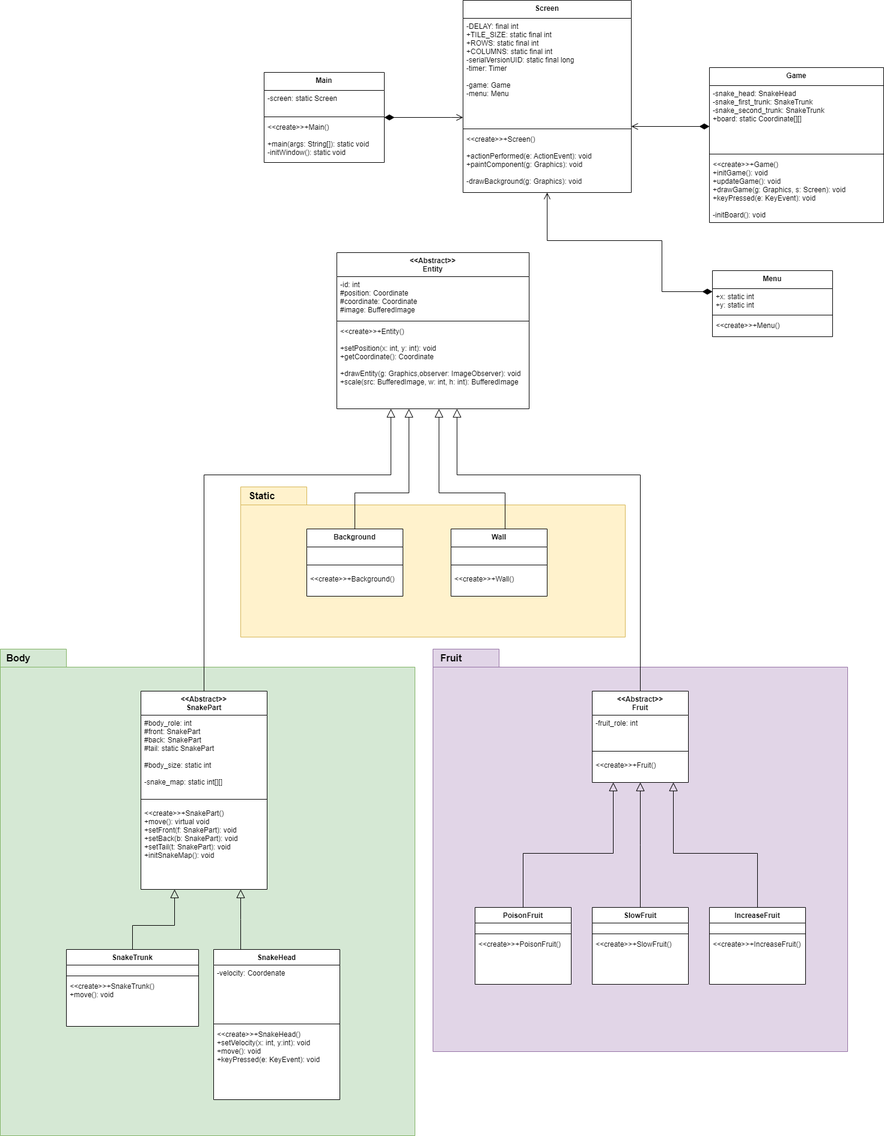
The draw.io diagram snake-game-uml.drawio.png in daniapc/snake-game, before a commit. Source tidied: cells renumbered, new cells last; positions are measured from the earlier drawing's top-left corner, leaving out a move shared by most shapes.
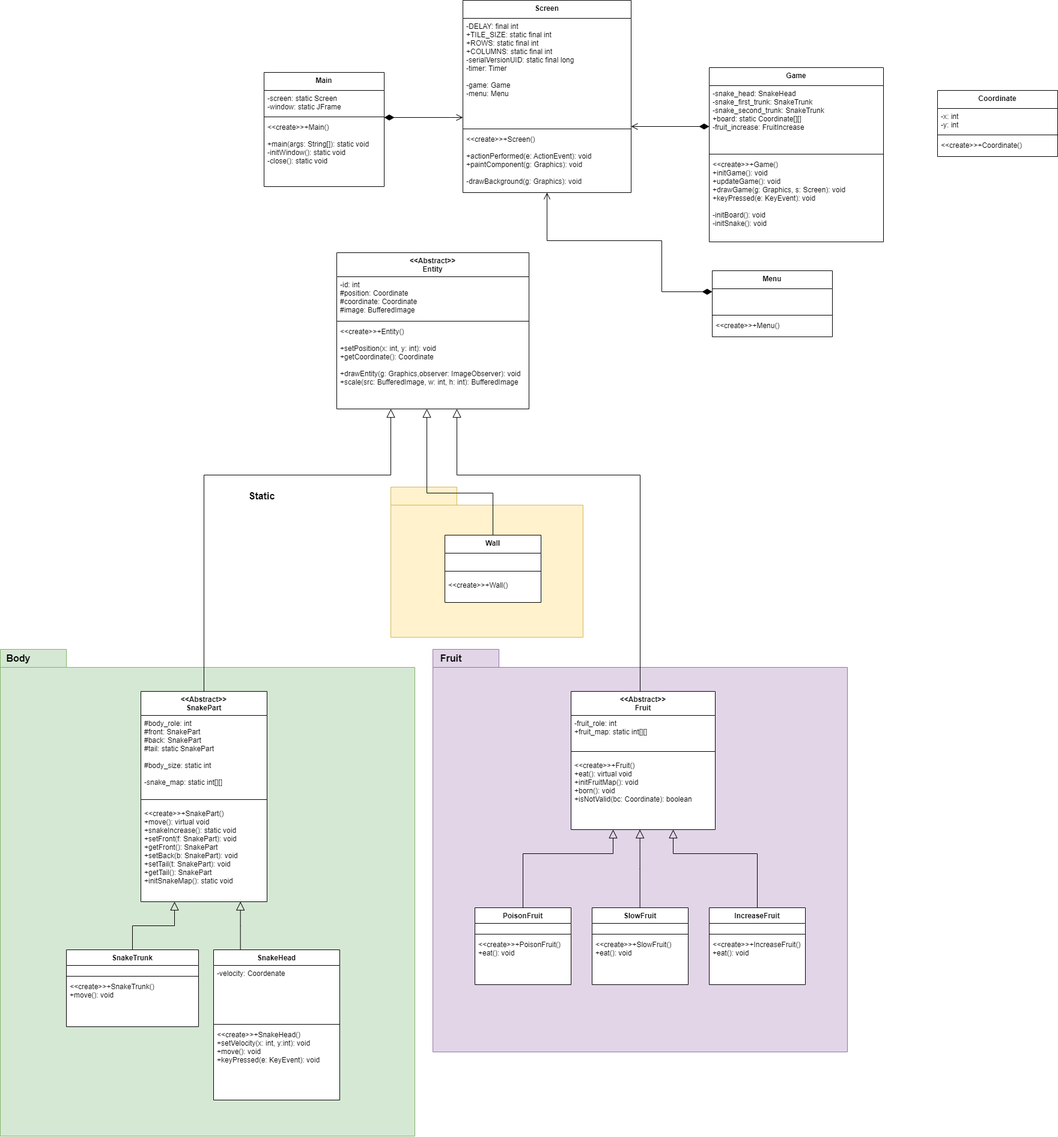
Above is the later version.

Commit message:
Classic and simple Snake Game done

Diff of the diagram source:
```diff
@@ -18,7 +18,7 @@
       <mxGeometry y="118" width="320" height="142" as="geometry" />
     </mxCell>
     <mxCell id="7" value="&lt;&lt;Abstract&gt;&gt;&#10;SnakePart" style="swimlane;fontStyle=1;align=center;verticalAlign=top;horizontal=1;startSize=40;gradientColor=none;swimlaneFillColor=default;" parent="1" vertex="1">
-      <mxGeometry x="234" y="1150" width="210" height="330" as="geometry" />
+      <mxGeometry x="234" y="1150" width="210" height="350" as="geometry" />
     </mxCell>
     <mxCell id="8" value="#body_role: int&#10;#front: SnakePart&#10;#back: SnakePart&#10;#tail: static SnakePart&#10;&#10;#body_size: static int&#10;&#10;-snake_map: static int[][]" style="text;align=left;verticalAlign=top;spacingLeft=4;spacingRight=4;overflow=hidden;" parent="7" vertex="1">
       <mxGeometry y="40" width="210" height="130" as="geometry" />
@@ -26,8 +26,8 @@
     <mxCell id="9" style="line;strokeWidth=1;fillColor=none;align=left;verticalAlign=middle;spacingTop=-1;spacingLeft=3;spacingRight=3;labelPosition=right;" parent="7" vertex="1">
       <mxGeometry y="170" width="210" height="20" as="geometry" />
     </mxCell>
-    <mxCell id="10" value="&lt;&lt;create&gt;&gt;+SnakePart()&#10;+move(): virtual void&#10;+setFront(f: SnakePart): void&#10;+setBack(b: SnakePart): void&#10;+setTail(t: SnakePart): void&#10;+initSnakeMap(): void" style="text;strokeColor=none;fillColor=none;align=left;verticalAlign=top;spacingLeft=4;spacingRight=4;overflow=hidden;points=[[0,0.5],[1,0.5]];portConstraint=eastwest;" parent="7" vertex="1">
-      <mxGeometry y="190" width="210" height="140" as="geometry" />
+    <mxCell id="10" value="&lt;&lt;create&gt;&gt;+SnakePart()&#10;+move(): virtual void&#10;+snakeIncrease(): static void&#10;+setFront(f: SnakePart): void&#10;+getFront(): SnakePart&#10;+setBack(b: SnakePart): void&#10;+setTail(t: SnakePart): void&#10;+getTail(): SnakePart&#10;+initSnakeMap(): static void&#10;" style="text;strokeColor=none;fillColor=none;align=left;verticalAlign=top;spacingLeft=4;spacingRight=4;overflow=hidden;points=[[0,0.5],[1,0.5]];portConstraint=eastwest;" parent="7" vertex="1">
+      <mxGeometry y="190" width="210" height="160" as="geometry" />
     </mxCell>
     <mxCell id="11" value="SnakeHead" style="swimlane;fontStyle=1;align=center;verticalAlign=top;horizontal=1;startSize=26;swimlaneFillColor=default;" parent="1" vertex="1">
       <mxGeometry x="355" y="1580" width="210" height="250" as="geometry" />
@@ -75,16 +75,16 @@
       <mxGeometry x="720" y="1080" width="60" height="30" as="geometry" />
     </mxCell>
     <mxCell id="24" value="&lt;&lt;Abstract&gt;&gt;&#10;Fruit" style="swimlane;fontStyle=1;align=center;verticalAlign=top;horizontal=1;startSize=40;gradientColor=none;swimlaneFillColor=default;" parent="1" vertex="1">
-      <mxGeometry x="985" y="1150" width="160" height="152" as="geometry" />
+      <mxGeometry x="950" y="1150" width="240" height="230" as="geometry" />
     </mxCell>
-    <mxCell id="25" value="-fruit_role: int" style="text;align=left;verticalAlign=top;spacingLeft=4;spacingRight=4;overflow=hidden;" parent="24" vertex="1">
-      <mxGeometry y="40" width="160" height="50" as="geometry" />
+    <mxCell id="25" value="-fruit_role: int&#10;+fruit_map: static int[][]" style="text;align=left;verticalAlign=top;spacingLeft=4;spacingRight=4;overflow=hidden;" parent="24" vertex="1">
+      <mxGeometry y="40" width="240" height="50" as="geometry" />
     </mxCell>
     <mxCell id="26" style="line;strokeWidth=1;fillColor=none;align=left;verticalAlign=middle;spacingTop=-1;spacingLeft=3;spacingRight=3;labelPosition=right;" parent="24" vertex="1">
-      <mxGeometry y="90" width="160" height="20" as="geometry" />
+      <mxGeometry y="90" width="240" height="20" as="geometry" />
     </mxCell>
-    <mxCell id="27" value="&lt;&lt;create&gt;&gt;+Fruit()" style="text;strokeColor=none;fillColor=none;align=left;verticalAlign=top;spacingLeft=4;spacingRight=4;overflow=hidden;points=[[0,0.5],[1,0.5]];portConstraint=eastwest;" parent="24" vertex="1">
-      <mxGeometry y="110" width="160" height="42" as="geometry" />
+    <mxCell id="27" value="&lt;&lt;create&gt;&gt;+Fruit()&#10;+eat(): virtual void&#10;+initFruitMap(): void&#10;+born(): void&#10;+isNotValid(bc: Coordinate): boolean&#10;" style="text;strokeColor=none;fillColor=none;align=left;verticalAlign=top;spacingLeft=4;spacingRight=4;overflow=hidden;points=[[0,0.5],[1,0.5]];portConstraint=eastwest;" parent="24" vertex="1">
+      <mxGeometry y="110" width="240" height="120" as="geometry" />
     </mxCell>
     <mxCell id="28" value="PoisonFruit" style="swimlane;fontStyle=1;align=center;verticalAlign=top;horizontal=1;startSize=26;swimlaneFillColor=default;" parent="1" vertex="1">
       <mxGeometry x="790" y="1510" width="160" height="128" as="geometry" />
@@ -95,7 +95,7 @@
     <mxCell id="30" style="line;strokeWidth=1;fillColor=none;align=left;verticalAlign=middle;spacingTop=-1;spacingLeft=3;spacingRight=3;labelPosition=right;" parent="28" vertex="1">
       <mxGeometry y="40" width="160" height="8" as="geometry" />
     </mxCell>
-    <mxCell id="31" value="&lt;&lt;create&gt;&gt;+PoisonFruit()" style="text;strokeColor=none;fillColor=none;align=left;verticalAlign=top;spacingLeft=4;spacingRight=4;overflow=hidden;" parent="28" vertex="1">
+    <mxCell id="31" value="&lt;&lt;create&gt;&gt;+PoisonFruit()&#10;+eat(): void" style="text;strokeColor=none;fillColor=none;align=left;verticalAlign=top;spacingLeft=4;spacingRight=4;overflow=hidden;" parent="28" vertex="1">
       <mxGeometry y="48" width="160" height="80" as="geometry" />
     </mxCell>
     <mxCell id="32" value="SlowFruit" style="swimlane;fontStyle=1;align=center;verticalAlign=top;horizontal=1;startSize=26;swimlaneFillColor=default;" parent="1" vertex="1">
@@ -107,7 +107,7 @@
     <mxCell id="34" style="line;strokeWidth=1;fillColor=none;align=left;verticalAlign=middle;spacingTop=-1;spacingLeft=3;spacingRight=3;labelPosition=right;" parent="32" vertex="1">
       <mxGeometry y="40" width="160" height="8" as="geometry" />
     </mxCell>
-    <mxCell id="35" value="&lt;&lt;create&gt;&gt;+SlowFruit()" style="text;strokeColor=none;fillColor=none;align=left;verticalAlign=top;spacingLeft=4;spacingRight=4;overflow=hidden;" parent="32" vertex="1">
+    <mxCell id="35" value="&lt;&lt;create&gt;&gt;+SlowFruit()&#10;+eat(): void" style="text;strokeColor=none;fillColor=none;align=left;verticalAlign=top;spacingLeft=4;spacingRight=4;overflow=hidden;" parent="32" vertex="1">
       <mxGeometry y="48" width="160" height="80" as="geometry" />
     </mxCell>
     <mxCell id="36" value="IncreaseFruit" style="swimlane;fontStyle=1;align=center;verticalAlign=top;horizontal=1;startSize=26;swimlaneFillColor=default;" parent="1" vertex="1">
@@ -119,7 +119,7 @@
     <mxCell id="38" style="line;strokeWidth=1;fillColor=none;align=left;verticalAlign=middle;spacingTop=-1;spacingLeft=3;spacingRight=3;labelPosition=right;" parent="36" vertex="1">
       <mxGeometry y="40" width="160" height="8" as="geometry" />
     </mxCell>
-    <mxCell id="39" value="&lt;&lt;create&gt;&gt;+IncreaseFruit()" style="text;strokeColor=none;fillColor=none;align=left;verticalAlign=top;spacingLeft=4;spacingRight=4;overflow=hidden;" parent="36" vertex="1">
+    <mxCell id="39" value="&lt;&lt;create&gt;&gt;+IncreaseFruit()&#10;+eat(): void" style="text;strokeColor=none;fillColor=none;align=left;verticalAlign=top;spacingLeft=4;spacingRight=4;overflow=hidden;" parent="36" vertex="1">
       <mxGeometry y="48" width="160" height="80" as="geometry" />
     </mxCell>
     <mxCell id="40" style="endArrow=none;html=1;edgeStyle=elbowEdgeStyle;rounded=0;startArrow=block;startFill=0;endSize=6;startSize=12;" parent="1" edge="1" source="27" target="32">
@@ -142,25 +142,13 @@
       </mxGeometry>
     </mxCell>
     <mxCell id="43" style="shape=folder;fontStyle=1;spacingTop=10;tabWidth=110;tabHeight=30;tabPosition=left;html=1;fillColor=#fff2cc;strokeColor=#d6b656;" parent="1" vertex="1">
-      <mxGeometry x="400" y="810" width="640" height="250" as="geometry" />
+      <mxGeometry x="650" y="810" width="320" height="250" as="geometry" />
     </mxCell>
     <mxCell id="44" value="&lt;b&gt;&lt;font style=&quot;font-size: 16px;&quot;&gt;Static&lt;/font&gt;&lt;/b&gt;" style="text;html=1;align=center;verticalAlign=middle;strokeColor=none;fillColor=none;" parent="1" vertex="1">
       <mxGeometry x="400" y="810" width="70" height="30" as="geometry" />
     </mxCell>
-    <mxCell id="45" value="Background" style="swimlane;fontStyle=1;align=center;verticalAlign=top;horizontal=1;startSize=30;gradientColor=none;swimlaneFillColor=default;" parent="1" vertex="1">
-      <mxGeometry x="510" y="880" width="160" height="112" as="geometry" />
-    </mxCell>
-    <mxCell id="46" value=" " style="text;align=left;verticalAlign=top;spacingLeft=4;spacingRight=4;overflow=hidden;" parent="45" vertex="1">
-      <mxGeometry y="30" width="160" height="20" as="geometry" />
-    </mxCell>
-    <mxCell id="47" style="line;strokeWidth=1;fillColor=none;align=left;verticalAlign=middle;spacingTop=-1;spacingLeft=3;spacingRight=3;labelPosition=right;" parent="45" vertex="1">
-      <mxGeometry y="50" width="160" height="20" as="geometry" />
-    </mxCell>
-    <mxCell id="48" value="&lt;&lt;create&gt;&gt;+Background()" style="text;strokeColor=none;fillColor=none;align=left;verticalAlign=top;spacingLeft=4;spacingRight=4;overflow=hidden;" parent="45" vertex="1">
-      <mxGeometry y="70" width="160" height="42" as="geometry" />
-    </mxCell>
     <mxCell id="49" value="Wall" style="swimlane;fontStyle=1;align=center;verticalAlign=top;horizontal=1;startSize=30;gradientColor=none;swimlaneFillColor=default;" parent="1" vertex="1">
-      <mxGeometry x="750" y="880" width="160" height="112" as="geometry" />
+      <mxGeometry x="740" y="890" width="160" height="112" as="geometry" />
     </mxCell>
     <mxCell id="50" value=" " style="text;align=left;verticalAlign=top;spacingLeft=4;spacingRight=4;overflow=hidden;" parent="49" vertex="1">
       <mxGeometry y="30" width="160" height="20" as="geometry" />
@@ -179,21 +167,11 @@
         </Array>
       </mxGeometry>
     </mxCell>
-    <mxCell id="54" style="endArrow=none;html=1;edgeStyle=orthogonalEdgeStyle;rounded=0;startArrow=block;startFill=0;endSize=6;startSize=12;elbow=vertical;" parent="1" edge="1" source="6" target="45">
-      <mxGeometry relative="1" as="geometry">
-        <Array as="points">
-          <mxPoint x="680" y="820" />
-          <mxPoint x="590" y="820" />
-        </Array>
-      </mxGeometry>
-    </mxCell>
-    <mxCell id="55" style="endArrow=none;html=1;edgeStyle=orthogonalEdgeStyle;rounded=0;startArrow=block;startFill=0;endSize=6;startSize=12;elbow=vertical;" parent="1" edge="1" source="6">
+    <mxCell id="55" style="endArrow=none;html=1;edgeStyle=orthogonalEdgeStyle;rounded=0;startArrow=block;startFill=0;endSize=6;startSize=12;elbow=vertical;" parent="1" edge="1" source="6" target="49">
       <mxGeometry relative="1" as="geometry">
-        <mxPoint x="820" y="880" as="targetPoint" />
         <Array as="points">
-          <mxPoint x="730" y="820" />
-          <mxPoint x="840" y="820" />
-          <mxPoint x="840" y="880" />
+          <mxPoint x="710" y="820" />
+          <mxPoint x="820" y="820" />
         </Array>
       </mxGeometry>
     </mxCell>
@@ -206,16 +184,16 @@
       </mxGeometry>
     </mxCell>
     <mxCell id="57" value="Main" style="swimlane;fontStyle=1;align=center;verticalAlign=top;horizontal=1;startSize=30;swimlaneFillColor=default;" parent="1" vertex="1">
-      <mxGeometry x="439" y="120" width="200" height="150" as="geometry" />
+      <mxGeometry x="439" y="120" width="200" height="190" as="geometry" />
     </mxCell>
-    <mxCell id="58" value="-screen: static Screen" style="text;strokeColor=none;fillColor=none;align=left;verticalAlign=top;spacingLeft=4;spacingRight=4;overflow=hidden;" parent="57" vertex="1">
+    <mxCell id="58" value="-screen: static Screen&#10;-window: static JFrame " style="text;strokeColor=none;fillColor=none;align=left;verticalAlign=top;spacingLeft=4;spacingRight=4;overflow=hidden;" parent="57" vertex="1">
       <mxGeometry y="30" width="200" height="40" as="geometry" />
     </mxCell>
     <mxCell id="59" style="line;strokeWidth=1;fillColor=none;align=left;verticalAlign=middle;spacingTop=-1;spacingLeft=3;spacingRight=3;labelPosition=right;" parent="57" vertex="1">
       <mxGeometry y="70" width="200" height="8" as="geometry" />
     </mxCell>
-    <mxCell id="60" value="&lt;&lt;create&gt;&gt;+Main()&#10;&#10;+main(args: String[]): static void&#10;-initWindow(): static void" style="text;strokeColor=none;fillColor=none;align=left;verticalAlign=top;spacingLeft=4;spacingRight=4;overflow=hidden;" parent="57" vertex="1">
-      <mxGeometry y="78" width="200" height="72" as="geometry" />
+    <mxCell id="60" value="&lt;&lt;create&gt;&gt;+Main()&#10;&#10;+main(args: String[]): static void&#10;-initWindow(): static void&#10;-close(): static void" style="text;strokeColor=none;fillColor=none;align=left;verticalAlign=top;spacingLeft=4;spacingRight=4;overflow=hidden;" parent="57" vertex="1">
+      <mxGeometry y="78" width="200" height="112" as="geometry" />
     </mxCell>
     <mxCell id="61" value="Screen" style="swimlane;fontStyle=1;align=center;verticalAlign=top;horizontal=1;startSize=30;swimlaneFillColor=default;" parent="1" vertex="1">
       <mxGeometry x="770" width="280" height="320" as="geometry" />
@@ -238,21 +216,21 @@
       </mxGeometry>
     </mxCell>
     <mxCell id="66" value="Game" style="swimlane;fontStyle=1;align=center;verticalAlign=top;horizontal=1;startSize=30;swimlaneFillColor=default;" parent="1" vertex="1">
-      <mxGeometry x="1180" y="112" width="290" height="258" as="geometry" />
+      <mxGeometry x="1180" y="112" width="290" height="290" as="geometry" />
     </mxCell>
-    <mxCell id="67" value="-snake_head: SnakeHead&#10;-snake_first_trunk: SnakeTrunk&#10;-snake_second_trunk: SnakeTrunk&#10;+board: static Coordinate[][]" style="text;strokeColor=none;fillColor=none;align=left;verticalAlign=top;spacingLeft=4;spacingRight=4;overflow=hidden;" parent="66" vertex="1">
+    <mxCell id="67" value="-snake_head: SnakeHead&#10;-snake_first_trunk: SnakeTrunk&#10;-snake_second_trunk: SnakeTrunk&#10;+board: static Coordinate[][]&#10;-fruit_increase: FruitIncrease" style="text;strokeColor=none;fillColor=none;align=left;verticalAlign=top;spacingLeft=4;spacingRight=4;overflow=hidden;" parent="66" vertex="1">
       <mxGeometry y="30" width="290" height="110" as="geometry" />
     </mxCell>
     <mxCell id="68" style="line;strokeWidth=1;fillColor=none;align=left;verticalAlign=middle;spacingTop=-1;spacingLeft=3;spacingRight=3;labelPosition=right;" parent="66" vertex="1">
       <mxGeometry y="140" width="290" height="8" as="geometry" />
     </mxCell>
-    <mxCell id="69" value="&lt;&lt;create&gt;&gt;+Game()&#10;+initGame(): void&#10;+updateGame(): void&#10;+drawGame(g: Graphics, s: Screen): void&#10;+keyPressed(e: KeyEvent): void&#10;&#10;-initBoard(): void" style="text;strokeColor=none;fillColor=none;align=left;verticalAlign=top;spacingLeft=4;spacingRight=4;overflow=hidden;" parent="66" vertex="1">
-      <mxGeometry y="148" width="290" height="110" as="geometry" />
+    <mxCell id="69" value="&lt;&lt;create&gt;&gt;+Game()&#10;+initGame(): void&#10;+updateGame(): void&#10;+drawGame(g: Graphics, s: Screen): void&#10;+keyPressed(e: KeyEvent): void&#10;&#10;-initBoard(): void&#10;-initSnake(): void" style="text;strokeColor=none;fillColor=none;align=left;verticalAlign=top;spacingLeft=4;spacingRight=4;overflow=hidden;" parent="66" vertex="1">
+      <mxGeometry y="148" width="290" height="142" as="geometry" />
     </mxCell>
     <mxCell id="70" value="Menu" style="swimlane;fontStyle=1;align=center;verticalAlign=top;horizontal=1;startSize=30;swimlaneFillColor=default;" parent="1" vertex="1">
       <mxGeometry x="1185" y="450" width="200" height="110" as="geometry" />
     </mxCell>
-    <mxCell id="71" value="+x: static int&#10;+y: static int" style="text;strokeColor=none;fillColor=none;align=left;verticalAlign=top;spacingLeft=4;spacingRight=4;overflow=hidden;" parent="70" vertex="1">
+    <mxCell id="71" value=" " style="text;strokeColor=none;fillColor=none;align=left;verticalAlign=top;spacingLeft=4;spacingRight=4;overflow=hidden;" parent="70" vertex="1">
       <mxGeometry y="30" width="200" height="40" as="geometry" />
     </mxCell>
     <mxCell id="72" style="line;strokeWidth=1;fillColor=none;align=left;verticalAlign=middle;spacingTop=-1;spacingLeft=3;spacingRight=3;labelPosition=right;" parent="70" vertex="1">
@@ -277,5 +255,17 @@
         </Array>
       </mxGeometry>
     </mxCell>
+    <mxCell id="76" value="Coordinate" style="swimlane;fontStyle=1;align=center;verticalAlign=top;horizontal=1;startSize=30;swimlaneFillColor=default;" parent="1" vertex="1">
+      <mxGeometry x="1560" y="150" width="200" height="110" as="geometry" />
+    </mxCell>
+    <mxCell id="77" value="-x: int&#10;-y: int" style="text;strokeColor=none;fillColor=none;align=left;verticalAlign=top;spacingLeft=4;spacingRight=4;overflow=hidden;" parent="76" vertex="1">
+      <mxGeometry y="30" width="200" height="40" as="geometry" />
+    </mxCell>
+    <mxCell id="78" style="line;strokeWidth=1;fillColor=none;align=left;verticalAlign=middle;spacingTop=-1;spacingLeft=3;spacingRight=3;labelPosition=right;" parent="76" vertex="1">
+      <mxGeometry y="70" width="200" height="8" as="geometry" />
+    </mxCell>
+    <mxCell id="79" value="&lt;&lt;create&gt;&gt;+Coordinate()" style="text;strokeColor=none;fillColor=none;align=left;verticalAlign=top;spacingLeft=4;spacingRight=4;overflow=hidden;" parent="76" vertex="1">
+      <mxGeometry y="78" width="200" height="32" as="geometry" />
+    </mxCell>
   </root>
 </mxGraphModel>
```
